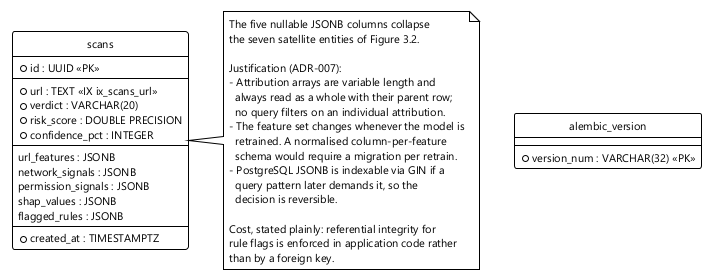
The PlantUML diagram docs/thesis/diagrams/out/fig-3-3-erd-physical.png in Trust-Dr-BABA/Final-Year-Project, before a commit.
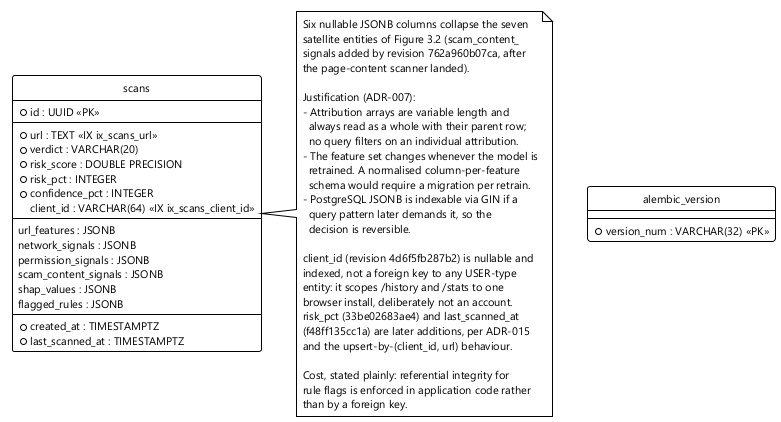
The same file after the commit.

The edit, as a diff of the source:
```diff
@@ -11,15 +11,19 @@
   * url : TEXT <<IX ix_scans_url>>
   * verdict : VARCHAR(20)
   * risk_score : DOUBLE PRECISION
+  * risk_pct : INTEGER
   * confidence_pct : INTEGER
+  client_id : VARCHAR(64) <<IX ix_scans_client_id>>
   --
   url_features : JSONB
   network_signals : JSONB
   permission_signals : JSONB
+  scam_content_signals : JSONB
   shap_values : JSONB
   flagged_rules : JSONB
   --
   * created_at : TIMESTAMPTZ
+  * last_scanned_at : TIMESTAMPTZ
 }
 
 entity "alembic_version" as av {
@@ -27,8 +31,10 @@
 }
 
 note right of scans
-  The five nullable JSONB columns collapse
-  the seven satellite entities of Figure 3.2.
+  Six nullable JSONB columns collapse the seven
+  satellite entities of Figure 3.2 (scam_content_
+  signals added by revision 762a960b07ca, after
+  the page-content scanner landed).
 
   Justification (ADR-007):
   - Attribution arrays are variable length and
@@ -41,6 +47,14 @@
     query pattern later demands it, so the
     decision is reversible.
 
+  client_id (revision 4d6f5fb287b2) is nullable and
+  indexed, not a foreign key to any USER-type
+  entity: it scopes /history and /stats to one
+  browser install, deliberately not an account.
+  risk_pct (33be02683ae4) and last_scanned_at
+  (f48ff135cc1a) are later additions, per ADR-015
+  and the upsert-by-(client_id, url) behaviour.
+
   Cost, stated plainly: referential integrity for
   rule flags is enforced in application code rather
   than by a foreign key.
```
